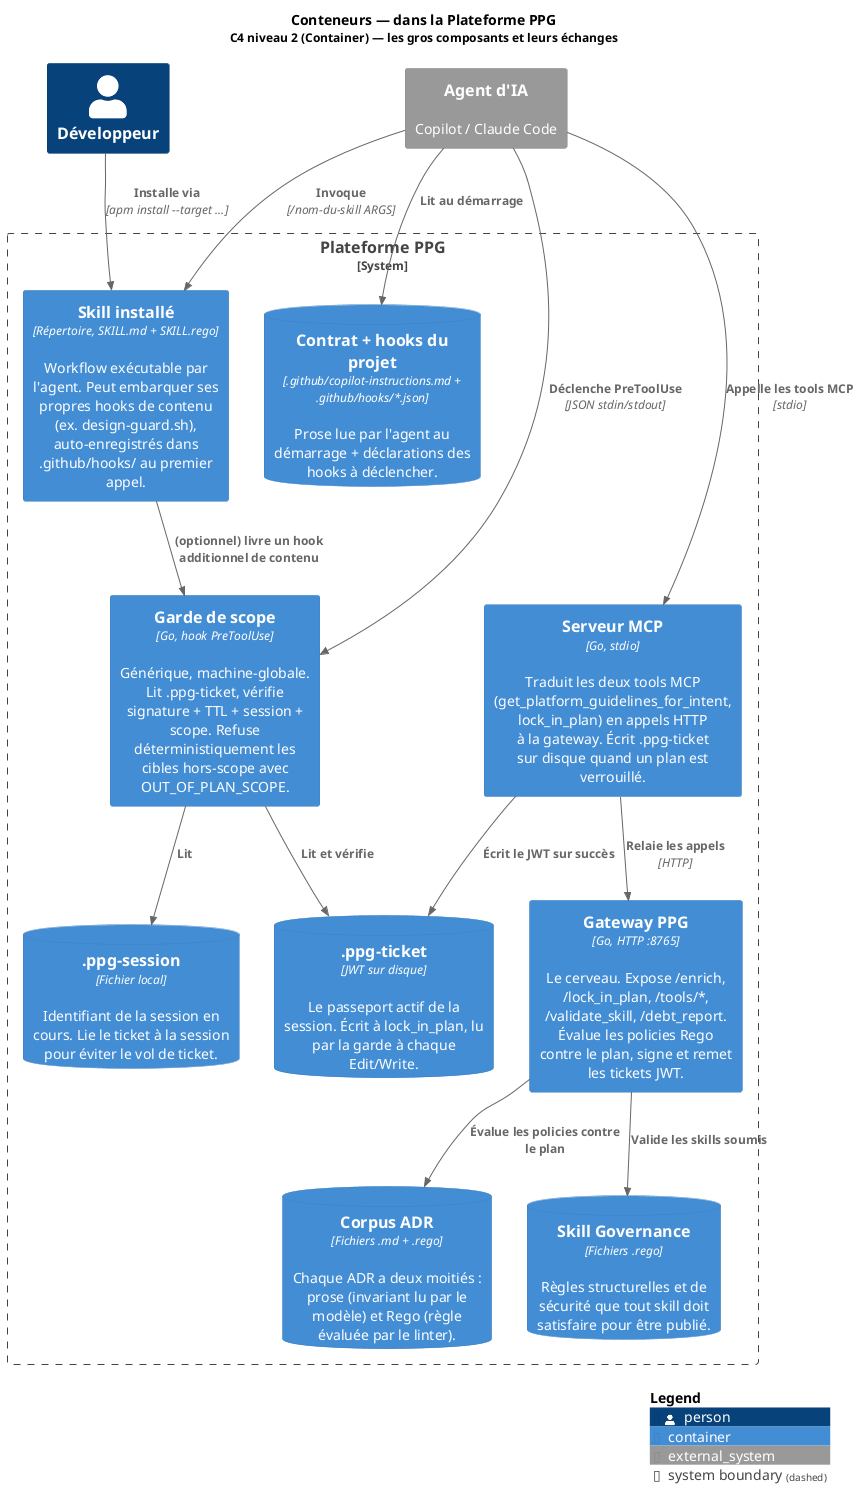
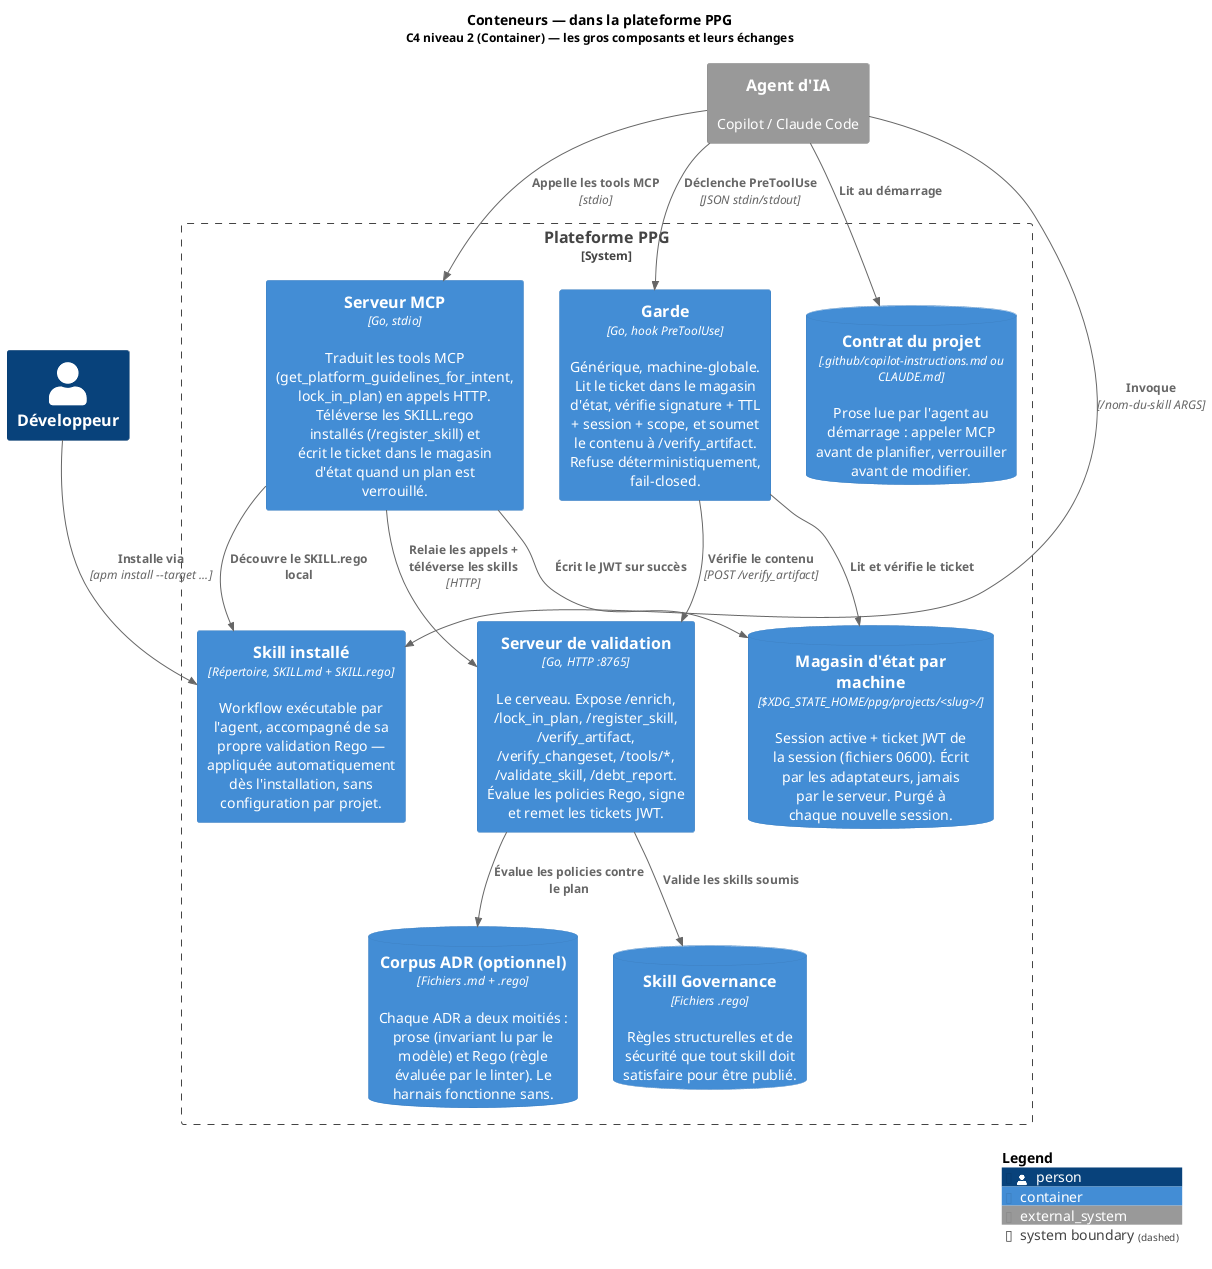
@startuml c4-c2-conteneurs
!include <C4/C4_Container>

- title Conteneurs — dans la Plateforme PPG\n<size:12>C4 niveau 2 (Container) — les gros composants et leurs échanges</size>
+ title Conteneurs — dans la plateforme PPG\n<size:12>C4 niveau 2 (Container) — les gros composants et leurs échanges</size>

Person(dev, "Développeur")
System_Ext(agent, "Agent d'IA", "Copilot / Claude Code")

System_Boundary(ppg, "Plateforme PPG") {

-     Container(gateway, "Gateway PPG", "Go, HTTP :8765", "Le cerveau. Expose /enrich, /lock_in_plan, /tools/*, /validate_skill, /debt_report. Évalue les policies Rego contre le plan, signe et remet les tickets JWT.")
+     Container(server, "Serveur de validation", "Go, HTTP :8765", "Le cerveau. Expose /enrich, /lock_in_plan, /register_skill, /verify_artifact, /verify_changeset, /tools/*, /validate_skill, /debt_report. Évalue les policies Rego, signe et remet les tickets JWT.")

-     Container(mcp, "Serveur MCP", "Go, stdio", "Traduit les deux tools MCP (get_platform_guidelines_for_intent, lock_in_plan) en appels HTTP à la gateway. Écrit .ppg-ticket sur disque quand un plan est verrouillé.")
+     Container(mcp, "Serveur MCP", "Go, stdio", "Traduit les tools MCP (get_platform_guidelines_for_intent, lock_in_plan) en appels HTTP. Téléverse les SKILL.rego installés (/register_skill) et écrit le ticket dans le magasin d'état quand un plan est verrouillé.")

-     Container(guard, "Garde de scope", "Go, hook PreToolUse", "Générique, machine-globale. Lit .ppg-ticket, vérifie signature + TTL + session + scope. Refuse déterministiquement les cibles hors-scope avec OUT_OF_PLAN_SCOPE.")
+     Container(guard, "Garde", "Go, hook PreToolUse", "Générique, machine-globale. Lit le ticket dans le magasin d'état, vérifie signature + TTL + session + scope, et soumet le contenu à /verify_artifact. Refuse déterministiquement, fail-closed.")

-     Container(skill, "Skill installé", "Répertoire, SKILL.md + SKILL.rego", "Workflow exécutable par l'agent. Peut embarquer ses propres hooks de contenu (ex. design-guard.sh), auto-enregistrés dans .github/hooks/ au premier appel.")
+     Container(skill, "Skill installé", "Répertoire, SKILL.md + SKILL.rego", "Workflow exécutable par l'agent, accompagné de sa propre validation Rego — appliquée automatiquement dès l'installation, sans configuration par projet.")

-     ContainerDb(adr, "Corpus ADR", "Fichiers .md + .rego", "Chaque ADR a deux moitiés : prose (invariant lu par le modèle) et Rego (règle évaluée par le linter).")
+     ContainerDb(adr, "Corpus ADR (optionnel)", "Fichiers .md + .rego", "Chaque ADR a deux moitiés : prose (invariant lu par le modèle) et Rego (règle évaluée par le linter). Le harnais fonctionne sans.")

    ContainerDb(skillgov, "Skill Governance", "Fichiers .rego", "Règles structurelles et de sécurité que tout skill doit satisfaire pour être publié.")

-     ContainerDb(ticket, ".ppg-ticket", "JWT sur disque", "Le passeport actif de la session. Écrit à lock_in_plan, lu par la garde à chaque Edit/Write.")
+     ContainerDb(state, "Magasin d'état par machine", "$XDG_STATE_HOME/ppg/projects/<slug>/", "Session active + ticket JWT de la session (fichiers 0600). Écrit par les adaptateurs, jamais par le serveur. Purgé à chaque nouvelle session.")

-     ContainerDb(session, ".ppg-session", "Fichier local", "Identifiant de la session en cours. Lie le ticket à la session pour éviter le vol de ticket.")
- 
-     ContainerDb(contract, "Contrat + hooks du projet", ".github/copilot-instructions.md + .github/hooks/*.json", "Prose lue par l'agent au démarrage + déclarations des hooks à déclencher.")
+     ContainerDb(contract, "Contrat du projet", ".github/copilot-instructions.md ou CLAUDE.md", "Prose lue par l'agent au démarrage : appeler MCP avant de planifier, verrouiller avant de modifier.")
}

Rel(dev, skill, "Installe via", "apm install --target ...")
Rel(agent, contract, "Lit au démarrage")
Rel(agent, skill, "Invoque", "/nom-du-skill ARGS")
Rel(agent, mcp, "Appelle les tools MCP", "stdio")
- Rel(mcp, gateway, "Relaie les appels", "HTTP")
- Rel(mcp, ticket, "Écrit le JWT sur succès")
+ Rel(mcp, skill, "Découvre le SKILL.rego local")
+ Rel(mcp, server, "Relaie les appels + téléverse les skills", "HTTP")
+ Rel(mcp, state, "Écrit le JWT sur succès")
Rel(agent, guard, "Déclenche PreToolUse", "JSON stdin/stdout")
- Rel(guard, ticket, "Lit et vérifie")
- Rel(guard, session, "Lit")
- Rel(skill, guard, "(optionnel) livre un hook additionnel de contenu")
- Rel(gateway, adr, "Évalue les policies contre le plan")
- Rel(gateway, skillgov, "Valide les skills soumis")
+ Rel(guard, state, "Lit et vérifie le ticket")
+ Rel(guard, server, "Vérifie le contenu", "POST /verify_artifact")
+ Rel(server, adr, "Évalue les policies contre le plan")
+ Rel(server, skillgov, "Valide les skills soumis")

SHOW_LEGEND()

@enduml
